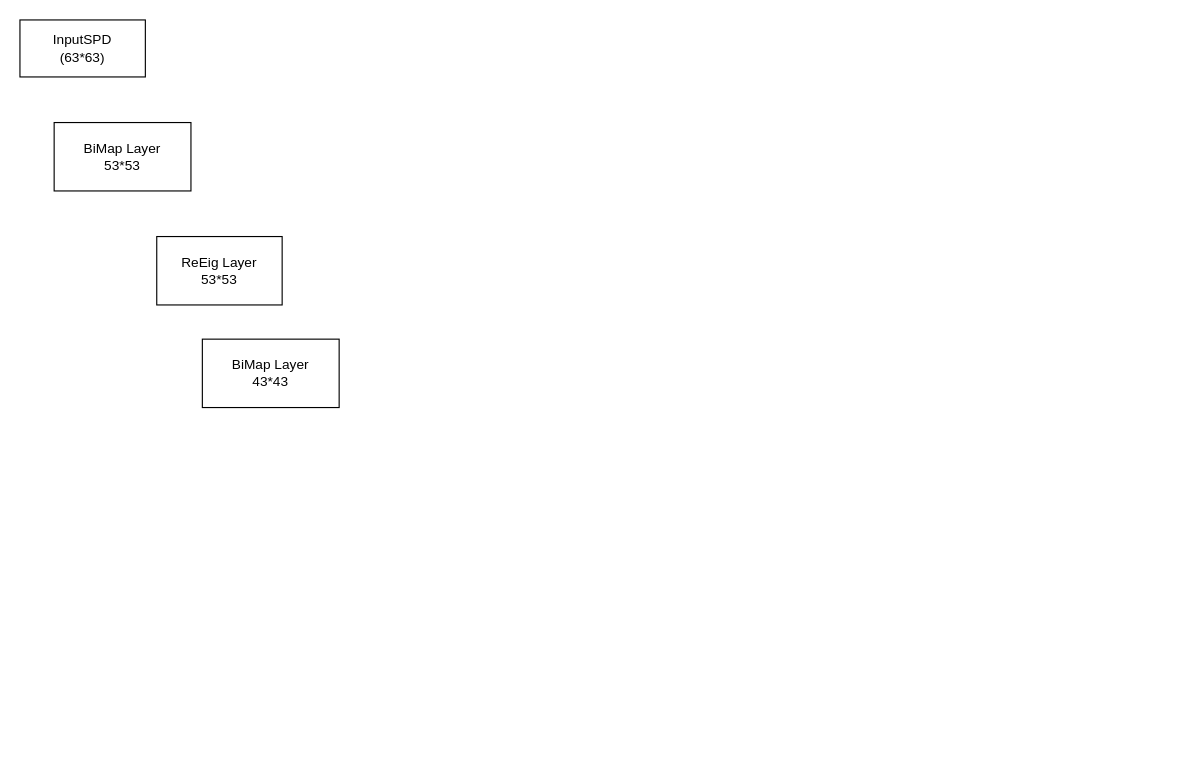
This is 未命名绘图.drawio from a912289748/helloGit, a draw.io file, before an edit. Source tidied: cells renumbered, new cells numbered last; positions are measured from the earlier drawing's top-left corner, leaving out a move shared by most shapes. Both pictures are drawn from the tidied source at 114%, with x=0, y=0 at pixel (19, 19).
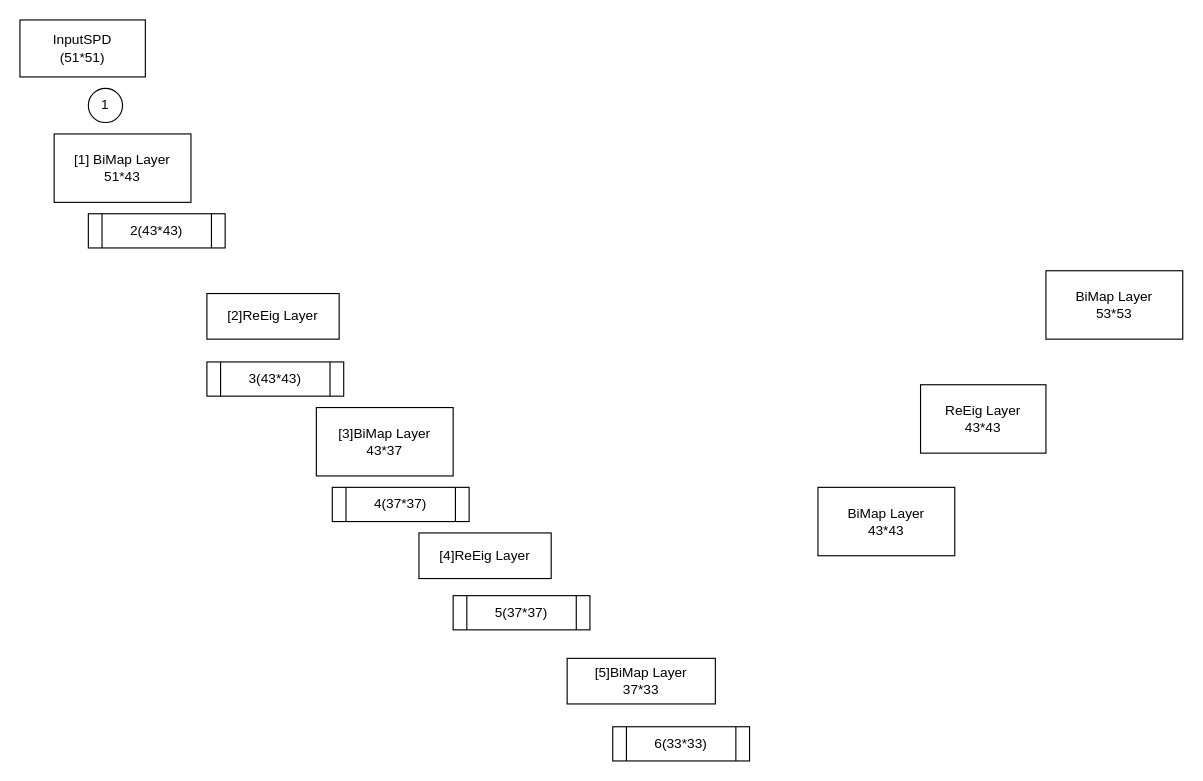
The same diagram, later.

Commit message (it also covers changes not shown here):
更新未命名绘图.drawio

The edit, as a diff of the source:
```diff
@@
 <mxGraphModel>
   <root>
     <mxCell id="0" />
     <mxCell id="1" parent="0" />
-    <mxCell id="2" value="InputSPD&lt;br&gt;(63*63)" style="rounded=0;whiteSpace=wrap;html=1;" parent="1" vertex="1">
+    <mxCell id="2" value="InputSPD&lt;br&gt;(51*51)" style="rounded=0;whiteSpace=wrap;html=1;" parent="1" vertex="1">
       <mxGeometry width="110" height="50" as="geometry" />
     </mxCell>
-    <mxCell id="3" value="BiMap Layer&lt;br&gt;53*53" style="rounded=0;whiteSpace=wrap;html=1;" parent="1" vertex="1">
-      <mxGeometry x="30" y="90" width="120" height="60" as="geometry" />
+    <mxCell id="3" value="[1] BiMap Layer&lt;br&gt;51*43" style="rounded=0;whiteSpace=wrap;html=1;" parent="1" vertex="1">
+      <mxGeometry x="30" y="100" width="120" height="60" as="geometry" />
     </mxCell>
-    <mxCell id="4" value="ReEig Layer&lt;br&gt;53*53" style="rounded=0;whiteSpace=wrap;html=1;" parent="1" vertex="1">
-      <mxGeometry x="120" y="190" width="110" height="60" as="geometry" />
+    <mxCell id="4" value="[2]ReEig Layer" style="rounded=0;whiteSpace=wrap;html=1;" parent="1" vertex="1">
+      <mxGeometry x="164" y="240" width="116" height="40" as="geometry" />
     </mxCell>
-    <mxCell id="5" value="BiMap Layer&lt;br&gt;43*43" style="rounded=0;whiteSpace=wrap;html=1;" parent="1" vertex="1">
-      <mxGeometry x="160" y="280" width="120" height="60" as="geometry" />
+    <mxCell id="5" value="[3]BiMap Layer&lt;br&gt;43*37" style="rounded=0;whiteSpace=wrap;html=1;" parent="1" vertex="1">
+      <mxGeometry x="260" y="340" width="120" height="60" as="geometry" />
     </mxCell>
+    <mxCell id="6" value="[5]BiMap Layer&lt;br&gt;37*33" style="rounded=0;whiteSpace=wrap;html=1;" parent="1" vertex="1">
+      <mxGeometry x="480" y="560" width="130" height="40" as="geometry" />
+    </mxCell>
+    <mxCell id="7" value="BiMap Layer&lt;br&gt;43*43" style="rounded=0;whiteSpace=wrap;html=1;" parent="1" vertex="1">
+      <mxGeometry x="700" y="410" width="120" height="60" as="geometry" />
+    </mxCell>
+    <mxCell id="8" value="ReEig Layer&lt;br&gt;43*43" style="rounded=0;whiteSpace=wrap;html=1;" parent="1" vertex="1">
+      <mxGeometry x="790" y="320" width="110" height="60" as="geometry" />
+    </mxCell>
+    <mxCell id="9" value="BiMap Layer&lt;br&gt;53*53" style="rounded=0;whiteSpace=wrap;html=1;" parent="1" vertex="1">
+      <mxGeometry x="900" y="220" width="120" height="60" as="geometry" />
+    </mxCell>
+    <mxCell id="10" value="1" style="ellipse;whiteSpace=wrap;html=1;" parent="1" vertex="1">
+      <mxGeometry x="60" y="60" width="30" height="30" as="geometry" />
+    </mxCell>
+    <mxCell id="11" value="2(43*43)" style="shape=process;whiteSpace=wrap;html=1;backgroundOutline=1;" parent="1" vertex="1">
+      <mxGeometry x="60" y="170" width="120" height="30" as="geometry" />
+    </mxCell>
+    <mxCell id="12" value="3(43*43)" style="shape=process;whiteSpace=wrap;html=1;backgroundOutline=1;" parent="1" vertex="1">
+      <mxGeometry x="164" y="300" width="120" height="30" as="geometry" />
+    </mxCell>
+    <mxCell id="13" value="4(37*37)" style="shape=process;whiteSpace=wrap;html=1;backgroundOutline=1;" parent="1" vertex="1">
+      <mxGeometry x="274" y="410" width="120" height="30" as="geometry" />
+    </mxCell>
+    <mxCell id="14" value="[4]ReEig Layer" style="rounded=0;whiteSpace=wrap;html=1;" parent="1" vertex="1">
+      <mxGeometry x="350" y="450" width="116" height="40" as="geometry" />
+    </mxCell>
+    <mxCell id="15" value="5(37*37)" style="shape=process;whiteSpace=wrap;html=1;backgroundOutline=1;" parent="1" vertex="1">
+      <mxGeometry x="380" y="505" width="120" height="30" as="geometry" />
+    </mxCell>
+    <mxCell id="16" value="6(33*33)" style="shape=process;whiteSpace=wrap;html=1;backgroundOutline=1;" parent="1" vertex="1">
+      <mxGeometry x="520" y="620" width="120" height="30" as="geometry" />
+    </mxCell>
   </root>
 </mxGraphModel>
```
